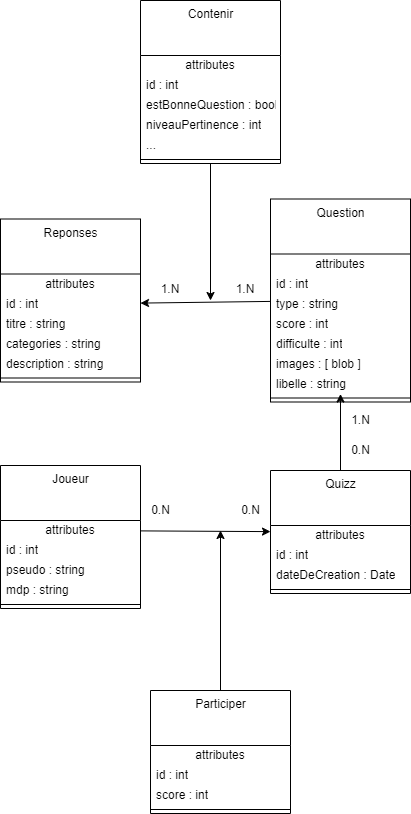
The draw.io diagram docs/BDD/bd_kgame.drawio.png in Nicolas-Delahaie/nuit-de-l-Info-2023, before a commit. Source tidied: cells renumbered, new cells last; positions are measured from the earlier drawing's top-left corner, leaving out a move shared by most shapes.
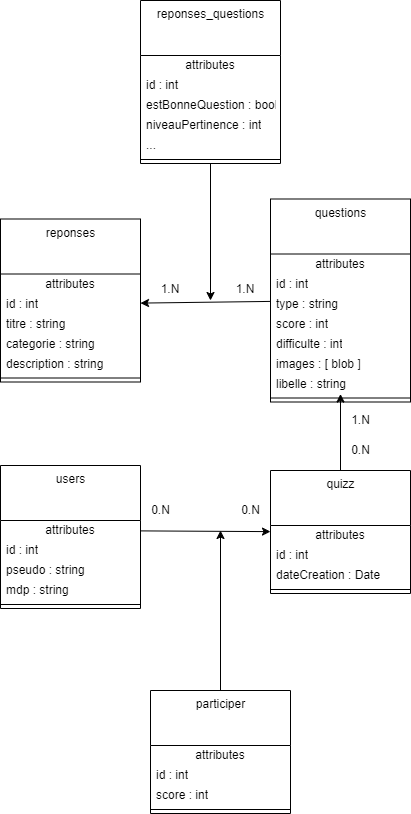
Later version of the same file.

What changed in the source:
```diff
@@ -2,7 +2,7 @@
   <root>
     <mxCell id="0" />
     <mxCell id="1" parent="0" />
-    <mxCell id="2" value="Reponses" style="swimlane;fontStyle=0;align=center;verticalAlign=top;horizontal=1;startSize=55;html=1;" parent="1" vertex="1">
+    <mxCell id="2" value="reponses" style="swimlane;fontStyle=0;align=center;verticalAlign=top;horizontal=1;startSize=55;html=1;" parent="1" vertex="1">
       <mxGeometry y="218.5" width="140" height="163" as="geometry" />
     </mxCell>
     <mxCell id="3" value="attributes" style="text;html=1;strokeColor=none;fillColor=none;align=center;verticalAlign=middle;spacingLeft=4;spacingRight=4;overflow=hidden;" parent="2" vertex="1">
@@ -14,7 +14,7 @@
     <mxCell id="5" value="titre : string" style="text;html=1;strokeColor=none;fillColor=none;align=left;verticalAlign=middle;spacingLeft=4;spacingRight=4;overflow=hidden;" parent="2" vertex="1">
       <mxGeometry y="95" width="140" height="20" as="geometry" />
     </mxCell>
-    <mxCell id="6" value="categories : string" style="text;html=1;strokeColor=none;fillColor=none;align=left;verticalAlign=middle;spacingLeft=4;spacingRight=4;overflow=hidden;" parent="2" vertex="1">
+    <mxCell id="6" value="categorie : string" style="text;html=1;strokeColor=none;fillColor=none;align=left;verticalAlign=middle;spacingLeft=4;spacingRight=4;overflow=hidden;" parent="2" vertex="1">
       <mxGeometry y="115" width="140" height="20" as="geometry" />
     </mxCell>
     <mxCell id="7" value="description : string" style="text;html=1;strokeColor=none;fillColor=none;align=left;verticalAlign=middle;spacingLeft=4;spacingRight=4;overflow=hidden;" parent="2" vertex="1">
@@ -26,7 +26,7 @@
     <mxCell id="9" style="edgeStyle=none;html=1;" parent="1" edge="1" source="10" target="4">
       <mxGeometry relative="1" as="geometry" />
     </mxCell>
-    <mxCell id="10" value="Question" style="swimlane;fontStyle=0;align=center;verticalAlign=top;horizontal=1;startSize=55;html=1;" parent="1" vertex="1">
+    <mxCell id="10" value="questions" style="swimlane;fontStyle=0;align=center;verticalAlign=top;horizontal=1;startSize=55;html=1;" parent="1" vertex="1">
       <mxGeometry x="270" y="198.5" width="140" height="203" as="geometry" />
     </mxCell>
     <mxCell id="11" value="attributes" style="text;html=1;strokeColor=none;fillColor=none;align=center;verticalAlign=middle;spacingLeft=4;spacingRight=4;overflow=hidden;" parent="10" vertex="1">
@@ -64,7 +64,7 @@
         <mxPoint x="210" y="300" as="targetPoint" />
       </mxGeometry>
     </mxCell>
-    <mxCell id="22" value="Contenir" style="swimlane;fontStyle=0;align=center;verticalAlign=top;horizontal=1;startSize=55;html=1;" parent="1" vertex="1">
+    <mxCell id="22" value="reponses_questions" style="swimlane;fontStyle=0;align=center;verticalAlign=top;horizontal=1;startSize=55;html=1;" parent="1" vertex="1">
       <mxGeometry x="140" width="140" height="163" as="geometry" />
     </mxCell>
     <mxCell id="23" value="attributes" style="text;html=1;strokeColor=none;fillColor=none;align=center;verticalAlign=middle;spacingLeft=4;spacingRight=4;overflow=hidden;" parent="22" vertex="1">
@@ -88,7 +88,7 @@
     <mxCell id="29" style="edgeStyle=none;html=1;" parent="1" edge="1" source="30" target="17">
       <mxGeometry relative="1" as="geometry" />
     </mxCell>
-    <mxCell id="30" value="Quizz" style="swimlane;fontStyle=0;align=center;verticalAlign=top;horizontal=1;startSize=55;html=1;" parent="1" vertex="1">
+    <mxCell id="30" value="quizz" style="swimlane;fontStyle=0;align=center;verticalAlign=top;horizontal=1;startSize=55;html=1;" parent="1" vertex="1">
       <mxGeometry x="270" y="470" width="140" height="123" as="geometry" />
     </mxCell>
     <mxCell id="31" value="attributes" style="text;html=1;strokeColor=none;fillColor=none;align=center;verticalAlign=middle;spacingLeft=4;spacingRight=4;overflow=hidden;" parent="30" vertex="1">
@@ -97,7 +97,7 @@
     <mxCell id="32" value="id : int" style="text;html=1;strokeColor=none;fillColor=none;align=left;verticalAlign=middle;spacingLeft=4;spacingRight=4;overflow=hidden;" parent="30" vertex="1">
       <mxGeometry y="75" width="140" height="20" as="geometry" />
     </mxCell>
-    <mxCell id="33" value="dateDeCreation : Date" style="text;html=1;strokeColor=none;fillColor=none;align=left;verticalAlign=middle;spacingLeft=4;spacingRight=4;overflow=hidden;" parent="30" vertex="1">
+    <mxCell id="33" value="dateCreation : Date" style="text;html=1;strokeColor=none;fillColor=none;align=left;verticalAlign=middle;spacingLeft=4;spacingRight=4;overflow=hidden;" parent="30" vertex="1">
       <mxGeometry y="95" width="140" height="20" as="geometry" />
     </mxCell>
     <mxCell id="34" style="line;strokeWidth=1;fillColor=none;align=left;verticalAlign=middle;spacingTop=-1;spacingLeft=3;spacingRight=3;labelPosition=right;" parent="30" vertex="1">
@@ -109,7 +109,7 @@
     <mxCell id="36" value="0.N" style="text;html=1;align=center;verticalAlign=middle;strokeColor=none;fillColor=none;" parent="1" vertex="1">
       <mxGeometry x="340" y="435" width="40" height="30" as="geometry" />
     </mxCell>
-    <mxCell id="37" value="Joueur" style="swimlane;fontStyle=0;align=center;verticalAlign=top;horizontal=1;startSize=55;html=1;" parent="1" vertex="1">
+    <mxCell id="37" value="users" style="swimlane;fontStyle=0;align=center;verticalAlign=top;horizontal=1;startSize=55;html=1;" parent="1" vertex="1">
       <mxGeometry y="465" width="140" height="143" as="geometry" />
     </mxCell>
     <mxCell id="38" value="attributes" style="text;html=1;strokeColor=none;fillColor=none;align=center;verticalAlign=middle;spacingLeft=4;spacingRight=4;overflow=hidden;points=[[0,0.5],[1,0.5]];portConstraint=eastwest;" parent="37" vertex="1">
@@ -141,7 +141,7 @@
         <mxPoint x="220" y="530" as="targetPoint" />
       </mxGeometry>
     </mxCell>
-    <mxCell id="47" value="Participer" style="swimlane;fontStyle=0;align=center;verticalAlign=top;horizontal=1;startSize=55;html=1;" parent="1" vertex="1">
+    <mxCell id="47" value="participer" style="swimlane;fontStyle=0;align=center;verticalAlign=top;horizontal=1;startSize=55;html=1;" parent="1" vertex="1">
       <mxGeometry x="150" y="690" width="140" height="123" as="geometry" />
     </mxCell>
     <mxCell id="48" value="attributes" style="text;html=1;strokeColor=none;fillColor=none;align=center;verticalAlign=middle;spacingLeft=4;spacingRight=4;overflow=hidden;" parent="47" vertex="1">
```
